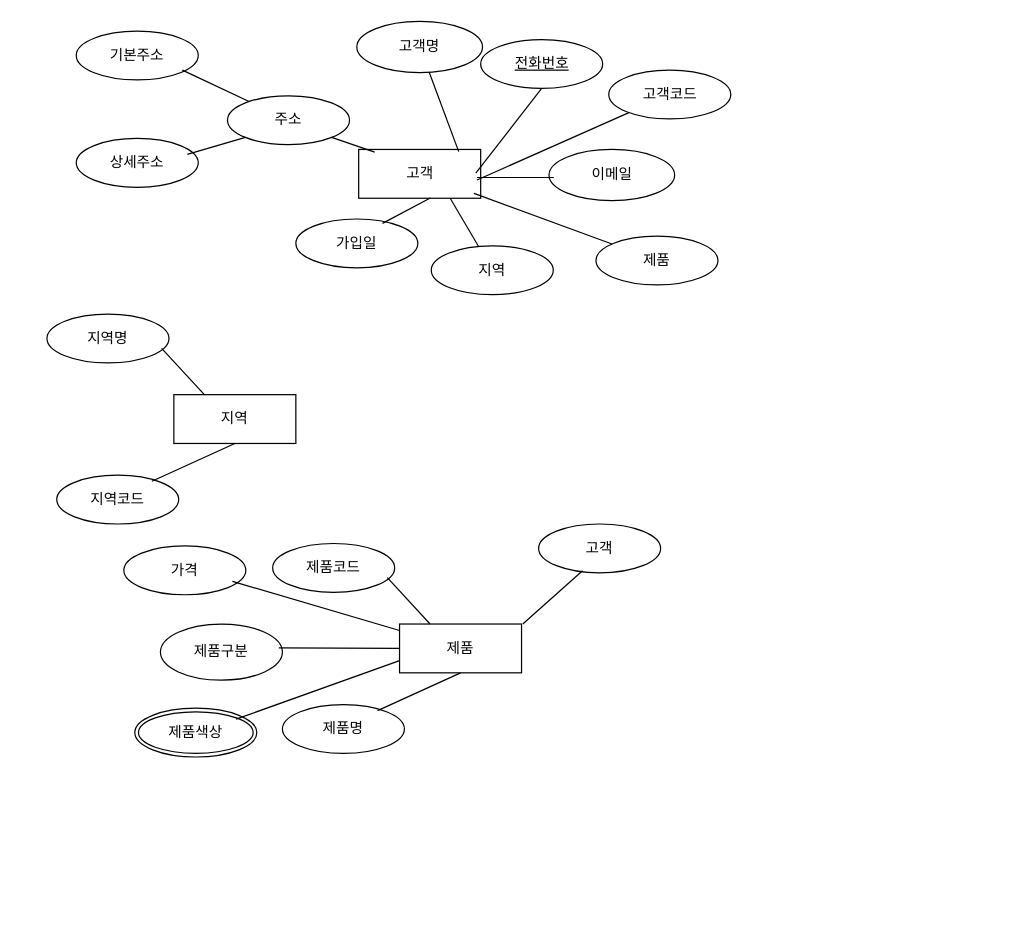
Before: 제목 없는 다이어그램.drawio in SEOUL-raphael/erd, a draw.io diagram. Source tidied: cells renumbered, new cells numbered last; positions are measured from the earlier drawing's top-left corner, leaving out a move shared by most shapes. Both pictures are drawn from the tidied source at 122%, with x=0, y=0 at pixel (46, 21).
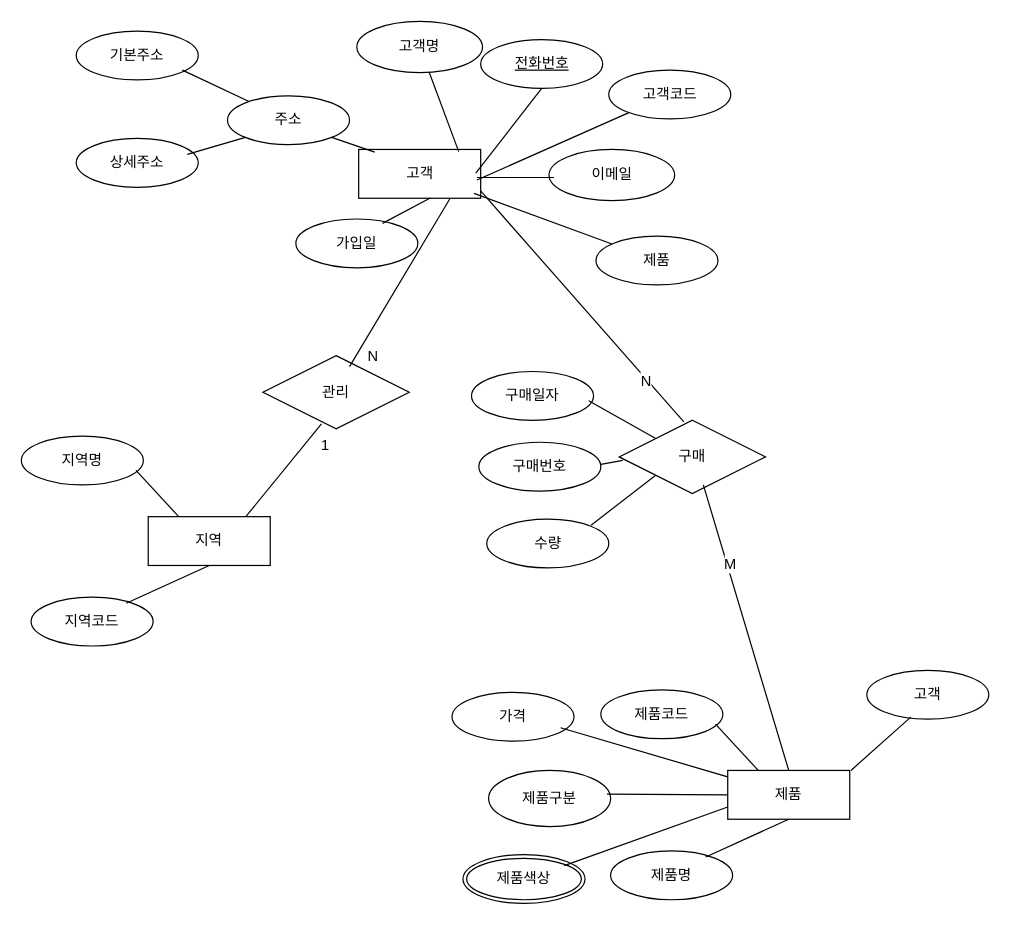
Above is the later version.

Commit message:
제목 없는 다이어그램.drawio 업데이트

The change refers to these unchanged cells:
```xml
<mxCell id="2" value="고&lt;span style=&quot;background-color: initial;&quot;&gt;객&lt;/span&gt;" style="whiteSpace=wrap;html=1;align=center;" parent="1" vertex="1">
  <mxGeometry x="255.5" y="105" width="100" height="40" as="geometry" />
</mxCell>
```

What changed in the source:
```diff
@@
-    <mxCell id="17" style="endArrow=none;html=1;rounded=0;fontSize=12;startSize=8;endSize=8;curved=1;exitX=0.75;exitY=1;exitDx=0;exitDy=0;" parent="1" edge="1" source="2" target="20">
-      <mxGeometry relative="1" as="geometry" />
-    </mxCell>
@@
-    <mxCell id="20" value="지역" style="ellipse;whiteSpace=wrap;html=1;align=center;" parent="1" vertex="1">
-      <mxGeometry x="315" y="184" width="100" height="40" as="geometry" />
-    </mxCell>
     <mxCell id="21" value="지역" style="whiteSpace=wrap;html=1;align=center;" parent="1" vertex="1">
-      <mxGeometry x="104" y="306" width="100" height="40" as="geometry" />
+      <mxGeometry x="83" y="406" width="100" height="40" as="geometry" />
     </mxCell>
     <mxCell id="22" value="지역명" style="ellipse;whiteSpace=wrap;html=1;align=center;" parent="1" vertex="1">
-      <mxGeometry y="240" width="100" height="40" as="geometry" />
+      <mxGeometry x="-21" y="340" width="100" height="40" as="geometry" />
     </mxCell>
     <mxCell id="23" value="지역코드" style="ellipse;whiteSpace=wrap;html=1;align=center;" parent="1" vertex="1">
-      <mxGeometry x="8" y="372" width="100" height="40" as="geometry" />
+      <mxGeometry x="-13" y="472" width="100" height="40" as="geometry" />
     </mxCell>
     <mxCell id="24" style="endArrow=none;html=1;rounded=0;fontSize=12;startSize=8;endSize=8;curved=1;entryX=0.25;entryY=0;entryDx=0;entryDy=0;" parent="1" edge="1" target="21">
       <mxGeometry relative="1" as="geometry">
-        <mxPoint x="94" y="268" as="sourcePoint" />
+        <mxPoint x="73" y="368" as="sourcePoint" />
       </mxGeometry>
     </mxCell>
     <mxCell id="25" style="endArrow=none;html=1;rounded=0;fontSize=12;startSize=8;endSize=8;curved=1;entryX=0.5;entryY=1;entryDx=0;entryDy=0;" parent="1" edge="1" target="21">
       <mxGeometry relative="1" as="geometry">
-        <mxPoint x="86" y="377" as="sourcePoint" />
+        <mxPoint x="65" y="477" as="sourcePoint" />
       </mxGeometry>
     </mxCell>
     <mxCell id="26" value="제품" style="whiteSpace=wrap;html=1;align=center;" parent="1" vertex="1">
-      <mxGeometry x="289" y="494" width="100" height="40" as="geometry" />
+      <mxGeometry x="558" y="614" width="100" height="40" as="geometry" />
     </mxCell>
     <mxCell id="27" value="제품코드" style="ellipse;whiteSpace=wrap;html=1;align=center;" parent="1" vertex="1">
-      <mxGeometry x="185" y="428" width="100" height="40" as="geometry" />
+      <mxGeometry x="454" y="548" width="100" height="40" as="geometry" />
     </mxCell>
     <mxCell id="28" value="제품명" style="ellipse;whiteSpace=wrap;html=1;align=center;" parent="1" vertex="1">
-      <mxGeometry x="193" y="560" width="100" height="40" as="geometry" />
+      <mxGeometry x="462" y="680" width="100" height="40" as="geometry" />
     </mxCell>
     <mxCell id="29" style="endArrow=none;html=1;rounded=0;fontSize=12;startSize=8;endSize=8;curved=1;entryX=0.25;entryY=0;entryDx=0;entryDy=0;" parent="1" edge="1" target="26">
       <mxGeometry relative="1" as="geometry">
-        <mxPoint x="279" y="456" as="sourcePoint" />
+        <mxPoint x="548" y="576" as="sourcePoint" />
       </mxGeometry>
     </mxCell>
     <mxCell id="30" style="endArrow=none;html=1;rounded=0;fontSize=12;startSize=8;endSize=8;curved=1;entryX=0.5;entryY=1;entryDx=0;entryDy=0;" parent="1" edge="1" target="26">
       <mxGeometry relative="1" as="geometry">
-        <mxPoint x="271" y="565" as="sourcePoint" />
+        <mxPoint x="540" y="685" as="sourcePoint" />
       </mxGeometry>
     </mxCell>
     <mxCell id="31" value="제품구분" style="ellipse;whiteSpace=wrap;html=1;align=center;" parent="1" vertex="1">
-      <mxGeometry x="93" y="494" width="100" height="46" as="geometry" />
+      <mxGeometry x="362" y="614" width="100" height="46" as="geometry" />
     </mxCell>
     <mxCell id="32" style="endArrow=none;html=1;rounded=0;fontSize=12;startSize=8;endSize=8;curved=1;" parent="1" edge="1">
       <mxGeometry relative="1" as="geometry">
-        <mxPoint x="190" y="513.5" as="sourcePoint" />
-        <mxPoint x="289" y="514" as="targetPoint" />
+        <mxPoint x="459" y="633.5" as="sourcePoint" />
+        <mxPoint x="558" y="634" as="targetPoint" />
       </mxGeometry>
     </mxCell>
     <mxCell id="33" value="제품색상" style="ellipse;shape=doubleEllipse;margin=3;whiteSpace=wrap;html=1;align=center;" parent="1" vertex="1">
-      <mxGeometry x="72" y="563" width="100" height="40" as="geometry" />
+      <mxGeometry x="341" y="683" width="100" height="40" as="geometry" />
     </mxCell>
     <mxCell id="34" style="endArrow=none;html=1;rounded=0;fontSize=12;startSize=8;endSize=8;curved=1;entryX=0;entryY=0.75;entryDx=0;entryDy=0;" parent="1" edge="1" target="26">
       <mxGeometry relative="1" as="geometry">
-        <mxPoint x="155" y="572" as="sourcePoint" />
+        <mxPoint x="424" y="692" as="sourcePoint" />
       </mxGeometry>
     </mxCell>
     <mxCell id="35" value="가격" style="ellipse;whiteSpace=wrap;html=1;align=center;" parent="1" vertex="1">
-      <mxGeometry x="63" y="430" width="100" height="40" as="geometry" />
+      <mxGeometry x="332" y="550" width="100" height="40" as="geometry" />
     </mxCell>
     <mxCell id="36" style="endArrow=none;html=1;rounded=0;fontSize=12;startSize=8;endSize=8;curved=1;" parent="1" edge="1" target="26">
       <mxGeometry relative="1" as="geometry">
-        <mxPoint x="152" y="459" as="sourcePoint" />
+        <mxPoint x="421" y="579" as="sourcePoint" />
       </mxGeometry>
     </mxCell>
@@
     <mxCell id="39" value="고객" style="ellipse;whiteSpace=wrap;html=1;align=center;" parent="1" vertex="1">
-      <mxGeometry x="403" y="412" width="100" height="40" as="geometry" />
+      <mxGeometry x="672" y="532" width="100" height="40" as="geometry" />
     </mxCell>
     <mxCell id="40" style="endArrow=none;html=1;rounded=0;fontSize=12;startSize=8;endSize=8;curved=1;entryX=0.36;entryY=0.957;entryDx=0;entryDy=0;entryPerimeter=0;" parent="1" edge="1" target="39">
       <mxGeometry relative="1" as="geometry">
-        <mxPoint x="390" y="494" as="sourcePoint" />
+        <mxPoint x="659" y="614" as="sourcePoint" />
       </mxGeometry>
     </mxCell>
+    <mxCell id="41" value="관리" style="shape=rhombus;perimeter=rhombusPerimeter;whiteSpace=wrap;html=1;align=center;" parent="1" vertex="1">
+      <mxGeometry x="177" y="274" width="120" height="60" as="geometry" />
+    </mxCell>
+    <mxCell id="42" style="endArrow=none;html=1;rounded=0;fontSize=12;startSize=8;endSize=8;curved=1;entryX=0.4;entryY=0.933;entryDx=0;entryDy=0;entryPerimeter=0;" parent="1" edge="1" target="41">
+      <mxGeometry relative="1" as="geometry">
+        <mxPoint x="163" y="406" as="sourcePoint" />
+      </mxGeometry>
+    </mxCell>
+    <mxCell id="43" value="1" style="edgeLabel;html=1;align=center;verticalAlign=middle;fontSize=12;" parent="42" vertex="1">
+      <mxGeometry x="0.3" y="-1" relative="1" as="geometry">
+        <mxPoint x="23" y="-10" as="offset" />
+      </mxGeometry>
+    </mxCell>
+    <mxCell id="44" style="endArrow=none;html=1;rounded=0;fontSize=12;startSize=8;endSize=8;curved=1;entryX=0.75;entryY=1;entryDx=0;entryDy=0;" parent="1" edge="1" target="2">
+      <mxGeometry relative="1" as="geometry">
+        <mxPoint x="248" y="283" as="sourcePoint" />
+      </mxGeometry>
+    </mxCell>
+    <mxCell id="45" value="N" style="edgeLabel;html=1;align=center;verticalAlign=middle;fontSize=12;" parent="44" vertex="1">
+      <mxGeometry x="-0.28" y="2" relative="1" as="geometry">
+        <mxPoint x="-10" y="42" as="offset" />
+      </mxGeometry>
+    </mxCell>
+    <mxCell id="46" value="구매" style="shape=rhombus;perimeter=rhombusPerimeter;whiteSpace=wrap;html=1;align=center;" parent="1" vertex="1">
+      <mxGeometry x="469" y="327" width="120" height="60" as="geometry" />
+    </mxCell>
+    <mxCell id="47" value="구매번호" style="ellipse;whiteSpace=wrap;html=1;align=center;" parent="1" vertex="1">
+      <mxGeometry x="354" y="345" width="100" height="40" as="geometry" />
+    </mxCell>
+    <mxCell id="48" value="수량" style="ellipse;whiteSpace=wrap;html=1;align=center;" parent="1" vertex="1">
+      <mxGeometry x="360.5" y="408" width="100" height="40" as="geometry" />
+    </mxCell>
+    <mxCell id="49" value="구매일자" style="ellipse;whiteSpace=wrap;html=1;align=center;" parent="1" vertex="1">
+      <mxGeometry x="348" y="287" width="100" height="40" as="geometry" />
+    </mxCell>
+    <mxCell id="50" style="endArrow=none;html=1;rounded=0;fontSize=12;startSize=8;endSize=8;curved=1;entryX=0;entryY=1;entryDx=0;entryDy=0;" parent="1" edge="1" target="46">
+      <mxGeometry relative="1" as="geometry">
+        <mxPoint x="446" y="413" as="sourcePoint" />
+      </mxGeometry>
+    </mxCell>
+    <mxCell id="51" style="endArrow=none;html=1;rounded=0;fontSize=12;startSize=8;endSize=8;curved=1;entryX=0.025;entryY=0.548;entryDx=0;entryDy=0;entryPerimeter=0;" parent="1" edge="1" target="46">
+      <mxGeometry relative="1" as="geometry">
+        <mxPoint x="454" y="363.1" as="sourcePoint" />
+      </mxGeometry>
+    </mxCell>
+    <mxCell id="52" style="endArrow=none;html=1;rounded=0;fontSize=12;startSize=8;endSize=8;curved=1;entryX=0;entryY=0;entryDx=0;entryDy=0;" parent="1" edge="1" target="46">
+      <mxGeometry relative="1" as="geometry">
+        <mxPoint x="444" y="311" as="sourcePoint" />
+      </mxGeometry>
+    </mxCell>
+    <mxCell id="53" style="endArrow=none;html=1;rounded=0;fontSize=12;startSize=8;endSize=8;curved=1;entryX=0.442;entryY=0.022;entryDx=0;entryDy=0;entryPerimeter=0;" parent="1" edge="1" target="46">
+      <mxGeometry relative="1" as="geometry">
+        <mxPoint x="355.5" y="139" as="sourcePoint" />
+      </mxGeometry>
+    </mxCell>
+    <mxCell id="54" value="N" style="edgeLabel;html=1;align=center;verticalAlign=middle;fontSize=12;" parent="53" vertex="1">
+      <mxGeometry x="0.63" y="-2" relative="1" as="geometry">
+        <mxPoint x="1" as="offset" />
+      </mxGeometry>
+    </mxCell>
+    <mxCell id="55" style="endArrow=none;html=1;rounded=0;fontSize=12;startSize=8;endSize=8;curved=1;entryX=0.5;entryY=0;entryDx=0;entryDy=0;" parent="1" edge="1" target="26">
+      <mxGeometry relative="1" as="geometry">
+        <mxPoint x="538" y="380" as="sourcePoint" />
+      </mxGeometry>
+    </mxCell>
+    <mxCell id="56" value="M" style="edgeLabel;html=1;align=center;verticalAlign=middle;fontSize=12;" parent="55" vertex="1">
+      <mxGeometry x="-0.44" y="2" relative="1" as="geometry" />
+    </mxCell>
```
